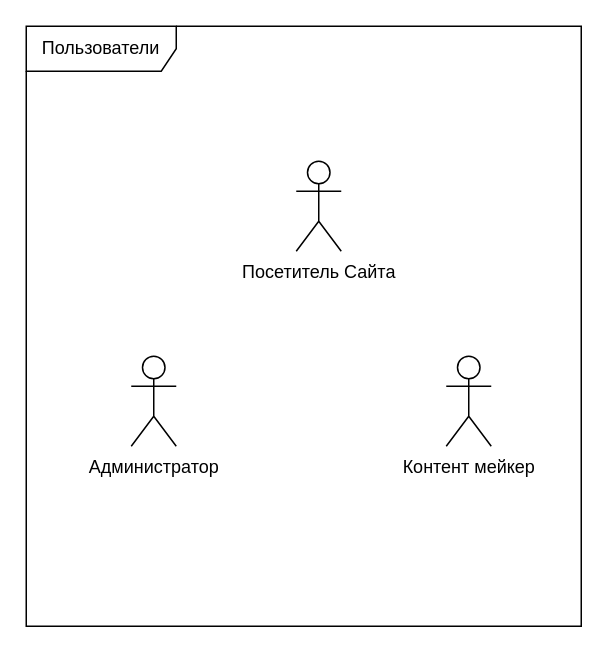
Above: page "use case - все пользователи" (1 of 4) of docs/UML Use-Case Diagram.drawio in NativCos/CSF.Semestr6.TPO (draw.io), before the change. Source tidied: cells renumbered, new cells numbered last; positions are measured from the earlier drawing's top-left corner, leaving out a move shared by most shapes. Both pictures are drawn from the tidied source at 150%, with x=0, y=0 at pixel (26, 26).
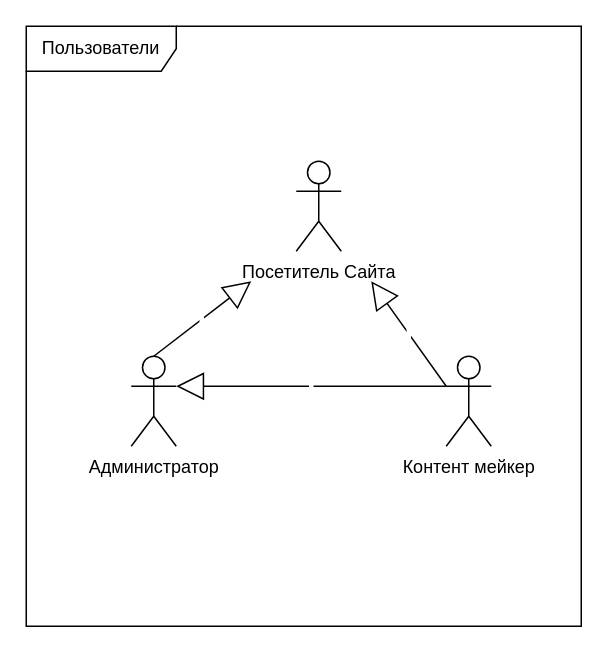
The same diagram, later.

Change to the diagram source:
```diff
@@
 <mxGraphModel>
   <root>
     <mxCell id="0" />
     <mxCell id="1" parent="0" />
     <mxCell id="2" value="Пользователи" style="shape=umlFrame;whiteSpace=wrap;html=1;width=100;height=30;" parent="1" vertex="1">
       <mxGeometry width="370" height="400" as="geometry" />
     </mxCell>
     <mxCell id="3" value="Посетитель Сайта" style="shape=umlActor;verticalLabelPosition=bottom;labelBackgroundColor=#ffffff;verticalAlign=top;html=1;" parent="1" vertex="1">
       <mxGeometry x="180" y="90" width="30" height="60" as="geometry" />
     </mxCell>
     <mxCell id="4" value="Контент мейкер" style="shape=umlActor;verticalLabelPosition=bottom;labelBackgroundColor=#ffffff;verticalAlign=top;html=1;" parent="1" vertex="1">
       <mxGeometry x="280" y="220" width="30" height="60" as="geometry" />
     </mxCell>
     <mxCell id="5" value="Администратор" style="shape=umlActor;verticalLabelPosition=bottom;labelBackgroundColor=#ffffff;verticalAlign=top;html=1;" parent="1" vertex="1">
       <mxGeometry x="70" y="220" width="30" height="60" as="geometry" />
     </mxCell>
+    <mxCell id="6" value="&amp;nbsp;" style="endArrow=block;endSize=16;endFill=0;html=1;exitX=0.5;exitY=0;exitDx=0;exitDy=0;exitPerimeter=0;" parent="1" edge="1" source="5">
+      <mxGeometry relative="1" as="geometry">
+        <mxPoint x="150" y="170" as="targetPoint" />
+      </mxGeometry>
+    </mxCell>
+    <mxCell id="7" value="&amp;nbsp;" style="endArrow=block;endSize=16;endFill=0;html=1;exitX=0;exitY=0.3333333333333333;exitDx=0;exitDy=0;exitPerimeter=0;entryX=1;entryY=0.3333333333333333;entryDx=0;entryDy=0;entryPerimeter=0;" parent="1" edge="1" source="4" target="5">
+      <mxGeometry relative="1" as="geometry" />
+    </mxCell>
+    <mxCell id="8" value="&amp;nbsp;" style="endArrow=block;endSize=16;endFill=0;html=1;exitX=0;exitY=0.3333333333333333;exitDx=0;exitDy=0;exitPerimeter=0;" parent="1" edge="1" source="4">
+      <mxGeometry relative="1" as="geometry">
+        <mxPoint x="230" y="170" as="targetPoint" />
+      </mxGeometry>
+    </mxCell>
   </root>
 </mxGraphModel>
```
